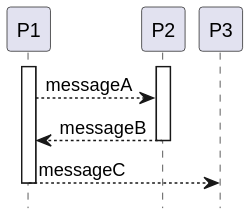
Above: out/plant_uml/execOccurence/execOccurence.svg in gigl-uml/Guide_uml_polymtl (PlantUML), before the change. Its diagram source:
```plantuml
@startuml
skinparam backgroundcolor transparent
hide footbox

participant P1
participant P2
participant P3

activate P1
  activate P2
    P1 --> P2: messageA
    P1 <-- P2: messageB
  deactivate P2
  P1 --> P3: messageC
deactivate P1

@enduml
```
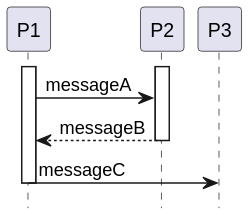
After the commit.

The edit, as a diff of the source:
```diff
@@ -8,10 +8,9 @@
 
 activate P1
   activate P2
-    P1 --> P2: messageA
+    P1 -> P2: messageA
     P1 <-- P2: messageB
   deactivate P2
-  P1 --> P3: messageC
+  P1 -> P3: messageC
 deactivate P1
-
 @enduml
```
